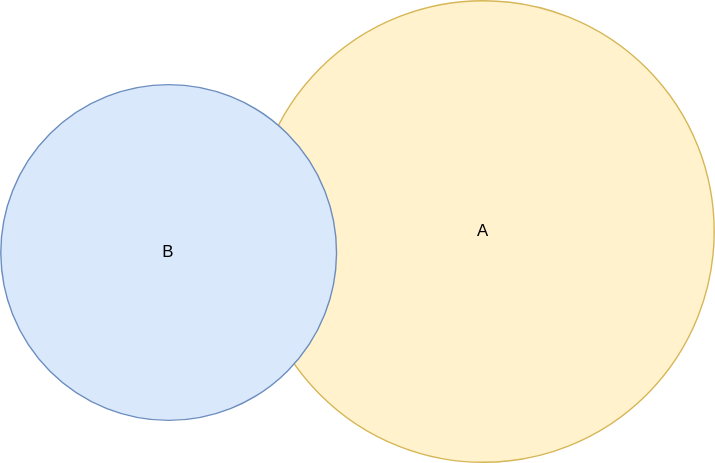
The draw.io diagram Test_Sets.svg in rupendrab/diagrams, before a commit. Source tidied: cells renumbered, new cells last; positions are measured from the earlier drawing's top-left corner, leaving out a move shared by most shapes. Its diagram source:
```xml
<mxGraphModel>
  <root>
    <mxCell id="0" />
    <mxCell id="1" parent="0" />
    <mxCell id="2" value="A" style="ellipse;whiteSpace=wrap;html=1;fillColor=#fff2cc;strokeColor=#d6b656;" parent="1" vertex="1">
      <mxGeometry x="180" width="330" height="330" as="geometry" />
    </mxCell>
    <mxCell id="3" value="B" style="ellipse;whiteSpace=wrap;html=1;fillColor=#dae8fc;strokeColor=#6c8ebf;" parent="1" vertex="1">
      <mxGeometry y="60" width="240" height="240" as="geometry" />
    </mxCell>
  </root>
</mxGraphModel>
```
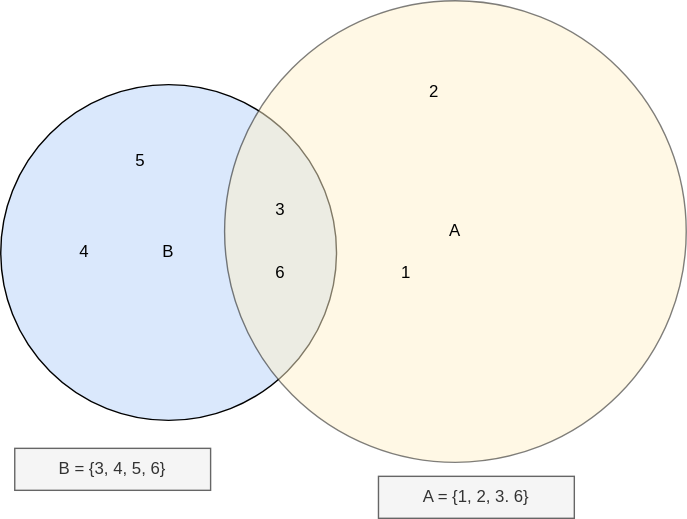
After the change.

Change to the diagram source:
```diff
@@ -2,11 +2,35 @@
   <root>
     <mxCell id="0" />
     <mxCell id="1" parent="0" />
+    <mxCell id="3" value="B" style="ellipse;whiteSpace=wrap;html=1;fillColor=#dae8fc;strokeColor=#000000;" parent="1" vertex="1">
+      <mxGeometry y="60" width="240" height="240" as="geometry" />
+    </mxCell>
-    <mxCell id="2" value="A" style="ellipse;whiteSpace=wrap;html=1;fillColor=#fff2cc;strokeColor=#d6b656;" parent="1" vertex="1">
-      <mxGeometry x="180" width="330" height="330" as="geometry" />
+    <mxCell id="2" value="A" style="ellipse;whiteSpace=wrap;html=1;fillColor=#fff2cc;strokeColor=#000000;opacity=50;" parent="1" vertex="1">
+      <mxGeometry x="160" width="330" height="330" as="geometry" />
     </mxCell>
-    <mxCell id="3" value="B" style="ellipse;whiteSpace=wrap;html=1;fillColor=#dae8fc;strokeColor=#6c8ebf;" parent="1" vertex="1">
-      <mxGeometry y="60" width="240" height="240" as="geometry" />
-    </mxCell>
+    <mxCell id="4" value="1" style="text;html=1;strokeColor=none;fillColor=none;align=center;verticalAlign=middle;whiteSpace=wrap;rounded=0;" parent="1" vertex="1">
+      <mxGeometry x="260" y="180" width="60" height="30" as="geometry" />
+    </mxCell>
+    <mxCell id="5" value="2" style="text;html=1;strokeColor=none;fillColor=none;align=center;verticalAlign=middle;whiteSpace=wrap;rounded=0;" parent="1" vertex="1">
+      <mxGeometry x="280" y="50" width="60" height="30" as="geometry" />
+    </mxCell>
+    <mxCell id="6" value="3" style="text;html=1;strokeColor=none;fillColor=none;align=center;verticalAlign=middle;whiteSpace=wrap;rounded=0;" parent="1" vertex="1">
+      <mxGeometry x="170" y="135" width="60" height="30" as="geometry" />
+    </mxCell>
+    <mxCell id="7" value="4" style="text;html=1;strokeColor=none;fillColor=none;align=center;verticalAlign=middle;whiteSpace=wrap;rounded=0;" parent="1" vertex="1">
+      <mxGeometry x="30" y="165" width="60" height="30" as="geometry" />
+    </mxCell>
+    <mxCell id="8" value="5" style="text;html=1;strokeColor=none;fillColor=none;align=center;verticalAlign=middle;whiteSpace=wrap;rounded=0;" parent="1" vertex="1">
+      <mxGeometry x="70" y="100" width="60" height="30" as="geometry" />
+    </mxCell>
+    <mxCell id="9" value="B = {3, 4, 5, 6}" style="text;html=1;strokeColor=#666666;fillColor=#f5f5f5;align=center;verticalAlign=middle;whiteSpace=wrap;rounded=0;fontColor=#333333;" parent="1" vertex="1">
+      <mxGeometry x="10" y="320" width="140" height="30" as="geometry" />
+    </mxCell>
+    <mxCell id="10" value="A = {1, 2, 3. 6}" style="text;html=1;strokeColor=#666666;fillColor=#f5f5f5;align=center;verticalAlign=middle;whiteSpace=wrap;rounded=0;fontColor=#333333;" parent="1" vertex="1">
+      <mxGeometry x="270" y="340" width="140" height="30" as="geometry" />
+    </mxCell>
+    <mxCell id="11" value="6" style="text;html=1;strokeColor=none;fillColor=none;align=center;verticalAlign=middle;whiteSpace=wrap;rounded=0;" parent="1" vertex="1">
+      <mxGeometry x="170" y="180" width="60" height="30" as="geometry" />
+    </mxCell>
   </root>
 </mxGraphModel>
```
